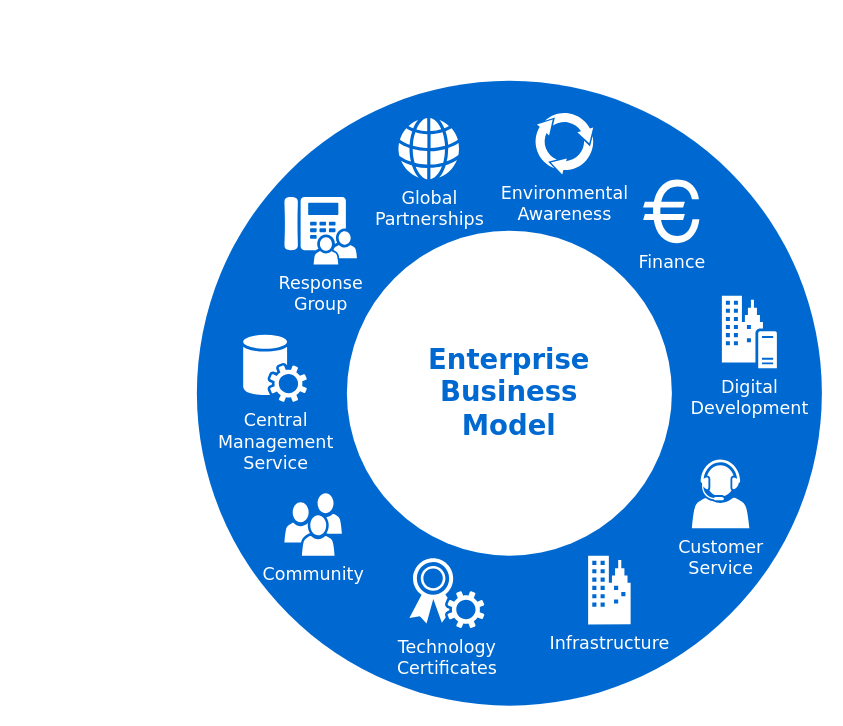
Above: Untitled Diagram.drawio in colmhughesdelphi/Dingle (draw.io), before the change. Source tidied: cells renumbered, new cells numbered last; positions are measured from the earlier drawing's top-left corner, leaving out a move shared by most shapes. Both pictures are drawn from the tidied source at 125%, with x=0, y=0 at pixel (196, 80).
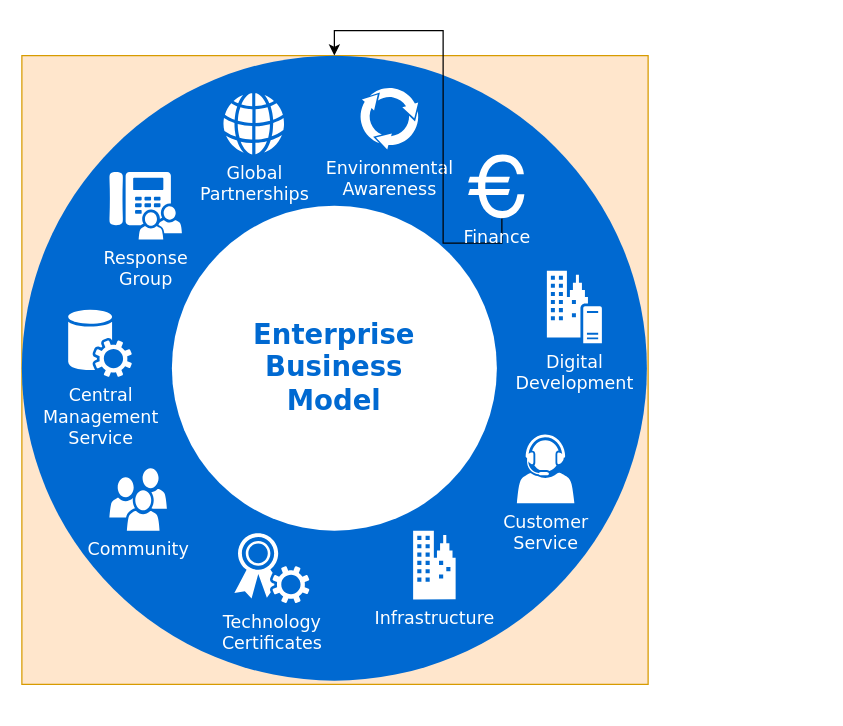
Above is the later version.

Change to the diagram source:
```diff
@@
 <mxGraphModel background="#ffffff">
   <root>
     <mxCell id="0" />
     <mxCell id="1" parent="0" />
+    <mxCell id="14" style="group;fillColor=#ffe6cc;strokeColor=#d79b00;" parent="1" vertex="1">
+      <mxGeometry x="-140" y="-20" width="501" height="503" as="geometry" />
+    </mxCell>
-    <mxCell id="2" style="ellipse;whiteSpace=wrap;html=1;rounded=0;shadow=0;comic=0;strokeWidth=1;fontFamily=Verdana;fontSize=14;strokeColor=none;fillColor=#0069D1;" parent="1" vertex="1">
+    <mxCell id="2" style="ellipse;whiteSpace=wrap;html=1;rounded=0;shadow=0;comic=0;strokeWidth=1;fontFamily=Verdana;fontSize=14;strokeColor=none;fillColor=#0069D1;" parent="14" vertex="1">
       <mxGeometry width="500" height="500" as="geometry" />
     </mxCell>
-    <mxCell id="3" value="Enterprise&lt;div&gt;Business&lt;/div&gt;&lt;div&gt;Model&lt;/div&gt;" style="ellipse;whiteSpace=wrap;html=1;rounded=0;shadow=0;comic=0;strokeWidth=1;fontFamily=Verdana;fontSize=22;strokeColor=none;fillColor=#ffffff;fontColor=#0069D1;fontStyle=1;" parent="1" vertex="1">
+    <mxCell id="3" value="Enterprise&lt;div&gt;Business&lt;/div&gt;&lt;div&gt;Model&lt;/div&gt;" style="ellipse;whiteSpace=wrap;html=1;rounded=0;shadow=0;comic=0;strokeWidth=1;fontFamily=Verdana;fontSize=22;strokeColor=none;fillColor=#ffffff;fontColor=#0069D1;fontStyle=1;" parent="14" vertex="1">
       <mxGeometry x="120" y="120" width="260" height="260" as="geometry" />
     </mxCell>
-    <mxCell id="4" value="Community" style="shadow=0;dashed=0;html=1;strokeColor=none;fillColor=#ffffff;labelPosition=center;verticalLabelPosition=bottom;verticalAlign=top;shape=mxgraph.office.users.users;rounded=0;comic=0;fontFamily=Verdana;fontSize=14;fontColor=#FFFFFF;" parent="1" vertex="1">
+    <mxCell id="4" value="Community" style="shadow=0;dashed=0;html=1;strokeColor=none;fillColor=#ffffff;labelPosition=center;verticalLabelPosition=bottom;verticalAlign=top;shape=mxgraph.office.users.users;rounded=0;comic=0;fontFamily=Verdana;fontSize=14;fontColor=#FFFFFF;" parent="14" vertex="1">
       <mxGeometry x="70" y="330" width="46" height="50" as="geometry" />
     </mxCell>
-    <mxCell id="5" value="Customer&lt;div&gt;Service&lt;/div&gt;" style="shadow=0;dashed=0;html=1;strokeColor=none;fillColor=#ffffff;labelPosition=center;verticalLabelPosition=bottom;verticalAlign=top;shape=mxgraph.office.users.call_center_agent;rounded=0;comic=0;fontFamily=Verdana;fontSize=14;fontColor=#FFFFFF;" parent="1" vertex="1">
+    <mxCell id="5" value="Customer&lt;div&gt;Service&lt;/div&gt;" style="shadow=0;dashed=0;html=1;strokeColor=none;fillColor=#ffffff;labelPosition=center;verticalLabelPosition=bottom;verticalAlign=top;shape=mxgraph.office.users.call_center_agent;rounded=0;comic=0;fontFamily=Verdana;fontSize=14;fontColor=#FFFFFF;" parent="14" vertex="1">
       <mxGeometry x="396" y="303" width="46" height="55" as="geometry" />
     </mxCell>
-    <mxCell id="6" value="Response&lt;div&gt;Group&lt;/div&gt;" style="shadow=0;dashed=0;html=1;strokeColor=none;fillColor=#ffffff;labelPosition=center;verticalLabelPosition=bottom;verticalAlign=top;shape=mxgraph.office.users.response_group;rounded=0;comic=0;fontFamily=Verdana;fontSize=14;fontColor=#FFFFFF;" parent="1" vertex="1">
+    <mxCell id="6" value="Response&lt;div&gt;Group&lt;/div&gt;" style="shadow=0;dashed=0;html=1;strokeColor=none;fillColor=#ffffff;labelPosition=center;verticalLabelPosition=bottom;verticalAlign=top;shape=mxgraph.office.users.response_group;rounded=0;comic=0;fontFamily=Verdana;fontSize=14;fontColor=#FFFFFF;" parent="14" vertex="1">
       <mxGeometry x="70" y="93" width="58" height="54" as="geometry" />
     </mxCell>
-    <mxCell id="7" value="Central&lt;div&gt;Management&lt;/div&gt;&lt;div&gt;Service&lt;/div&gt;" style="shadow=0;dashed=0;html=1;strokeColor=none;fillColor=#ffffff;labelPosition=center;verticalLabelPosition=bottom;verticalAlign=top;shape=mxgraph.office.services.central_management_service;rounded=0;comic=0;fontFamily=Verdana;fontSize=14;fontColor=#FFFFFF;" parent="1" vertex="1">
+    <mxCell id="7" value="Central&lt;div&gt;Management&lt;/div&gt;&lt;div&gt;Service&lt;/div&gt;" style="shadow=0;dashed=0;html=1;strokeColor=none;fillColor=#ffffff;labelPosition=center;verticalLabelPosition=bottom;verticalAlign=top;shape=mxgraph.office.services.central_management_service;rounded=0;comic=0;fontFamily=Verdana;fontSize=14;fontColor=#FFFFFF;" parent="14" vertex="1">
       <mxGeometry x="37" y="203" width="51" height="54" as="geometry" />
     </mxCell>
-    <mxCell id="8" value="Digital&lt;div&gt;Development&lt;/div&gt;" style="shadow=0;dashed=0;html=1;strokeColor=none;fillColor=#ffffff;labelPosition=center;verticalLabelPosition=bottom;verticalAlign=top;shape=mxgraph.office.servers.on_premises_server;rounded=0;comic=0;fontFamily=Verdana;fontSize=14;fontColor=#FFFFFF;" parent="1" vertex="1">
+    <mxCell id="8" value="Digital&lt;div&gt;Development&lt;/div&gt;" style="shadow=0;dashed=0;html=1;strokeColor=none;fillColor=#ffffff;labelPosition=center;verticalLabelPosition=bottom;verticalAlign=top;shape=mxgraph.office.servers.on_premises_server;rounded=0;comic=0;fontFamily=Verdana;fontSize=14;fontColor=#FFFFFF;" parent="14" vertex="1">
       <mxGeometry x="420" y="172" width="44" height="58" as="geometry" />
     </mxCell>
-    <mxCell id="9" value="Technology&lt;div&gt;Certificates&lt;/div&gt;" style="shadow=0;dashed=0;html=1;strokeColor=none;fillColor=#ffffff;labelPosition=center;verticalLabelPosition=bottom;verticalAlign=top;shape=mxgraph.office.security.token_service;rounded=0;comic=0;fontFamily=Verdana;fontSize=14;fontColor=#FFFFFF;" parent="1" vertex="1">
+    <mxCell id="9" value="Technology&lt;div&gt;Certificates&lt;/div&gt;" style="shadow=0;dashed=0;html=1;strokeColor=none;fillColor=#ffffff;labelPosition=center;verticalLabelPosition=bottom;verticalAlign=top;shape=mxgraph.office.security.token_service;rounded=0;comic=0;fontFamily=Verdana;fontSize=14;fontColor=#FFFFFF;" parent="14" vertex="1">
       <mxGeometry x="170" y="382" width="60" height="56" as="geometry" />
     </mxCell>
-    <mxCell id="10" value="Infrastructure" style="shadow=0;dashed=0;html=1;strokeColor=none;fillColor=#ffffff;labelPosition=center;verticalLabelPosition=bottom;verticalAlign=top;shape=mxgraph.office.concepts.on_premises;rounded=0;comic=0;fontFamily=Verdana;fontSize=14;fontColor=#FFFFFF;" parent="1" vertex="1">
+    <mxCell id="10" value="Infrastructure" style="shadow=0;dashed=0;html=1;strokeColor=none;fillColor=#ffffff;labelPosition=center;verticalLabelPosition=bottom;verticalAlign=top;shape=mxgraph.office.concepts.on_premises;rounded=0;comic=0;fontFamily=Verdana;fontSize=14;fontColor=#FFFFFF;" parent="14" vertex="1">
       <mxGeometry x="313" y="380" width="34" height="55" as="geometry" />
     </mxCell>
-    <mxCell id="11" value="Global&lt;div&gt;Partnerships&lt;/div&gt;" style="shadow=0;dashed=0;html=1;strokeColor=none;fillColor=#ffffff;labelPosition=center;verticalLabelPosition=bottom;verticalAlign=top;shape=mxgraph.office.concepts.globe_internet;rounded=0;comic=0;fontFamily=Verdana;fontSize=14;fontColor=#FFFFFF;" parent="1" vertex="1">
+    <mxCell id="11" value="Global&lt;div&gt;Partnerships&lt;/div&gt;" style="shadow=0;dashed=0;html=1;strokeColor=none;fillColor=#ffffff;labelPosition=center;verticalLabelPosition=bottom;verticalAlign=top;shape=mxgraph.office.concepts.globe_internet;rounded=0;comic=0;fontFamily=Verdana;fontSize=14;fontColor=#FFFFFF;" parent="14" vertex="1">
       <mxGeometry x="161" y="30" width="49" height="49" as="geometry" />
     </mxCell>
-    <mxCell id="12" value="Environmental&lt;div&gt;Awareness&lt;/div&gt;" style="shadow=0;dashed=0;html=1;strokeColor=none;shape=mxgraph.mscae.general.continuous_cycle;fillColor=#ffffff;rounded=0;comic=0;fontFamily=Verdana;fontSize=14;fontColor=#FFFFFF;verticalAlign=top;labelPosition=center;verticalLabelPosition=bottom;align=center;" parent="1" vertex="1">
+    <mxCell id="12" value="Environmental&lt;div&gt;Awareness&lt;/div&gt;" style="shadow=0;dashed=0;html=1;strokeColor=none;shape=mxgraph.mscae.general.continuous_cycle;fillColor=#ffffff;rounded=0;comic=0;fontFamily=Verdana;fontSize=14;fontColor=#FFFFFF;verticalAlign=top;labelPosition=center;verticalLabelPosition=bottom;align=center;" parent="14" vertex="1">
       <mxGeometry x="270" y="25" width="48" height="50" as="geometry" />
     </mxCell>
+    <mxCell id="15" style="edgeStyle=orthogonalEdgeStyle;rounded=0;jettySize=auto;html=1;exitX=0.6;exitY=1;exitDx=0;exitDy=0;exitPerimeter=0;" parent="14" edge="1" source="13" target="2">
+      <mxGeometry relative="1" as="geometry" />
+    </mxCell>
-    <mxCell id="13" value="Finance" style="shape=mxgraph.signs.travel.euro;html=1;fillColor=#ffffff;strokeColor=none;verticalLabelPosition=bottom;verticalAlign=top;align=center;rounded=0;shadow=0;dashed=0;comic=0;fontFamily=Verdana;fontSize=14;fontColor=#FFFFFF;" parent="1" vertex="1">
+    <mxCell id="13" value="Finance" style="shape=mxgraph.signs.travel.euro;html=1;fillColor=#ffffff;strokeColor=none;verticalLabelPosition=bottom;verticalAlign=top;align=center;rounded=0;shadow=0;dashed=0;comic=0;fontFamily=Verdana;fontSize=14;fontColor=#FFFFFF;" parent="14" vertex="1">
       <mxGeometry x="357" y="79" width="45" height="51" as="geometry" />
     </mxCell>
   </root>
 </mxGraphModel>
```
